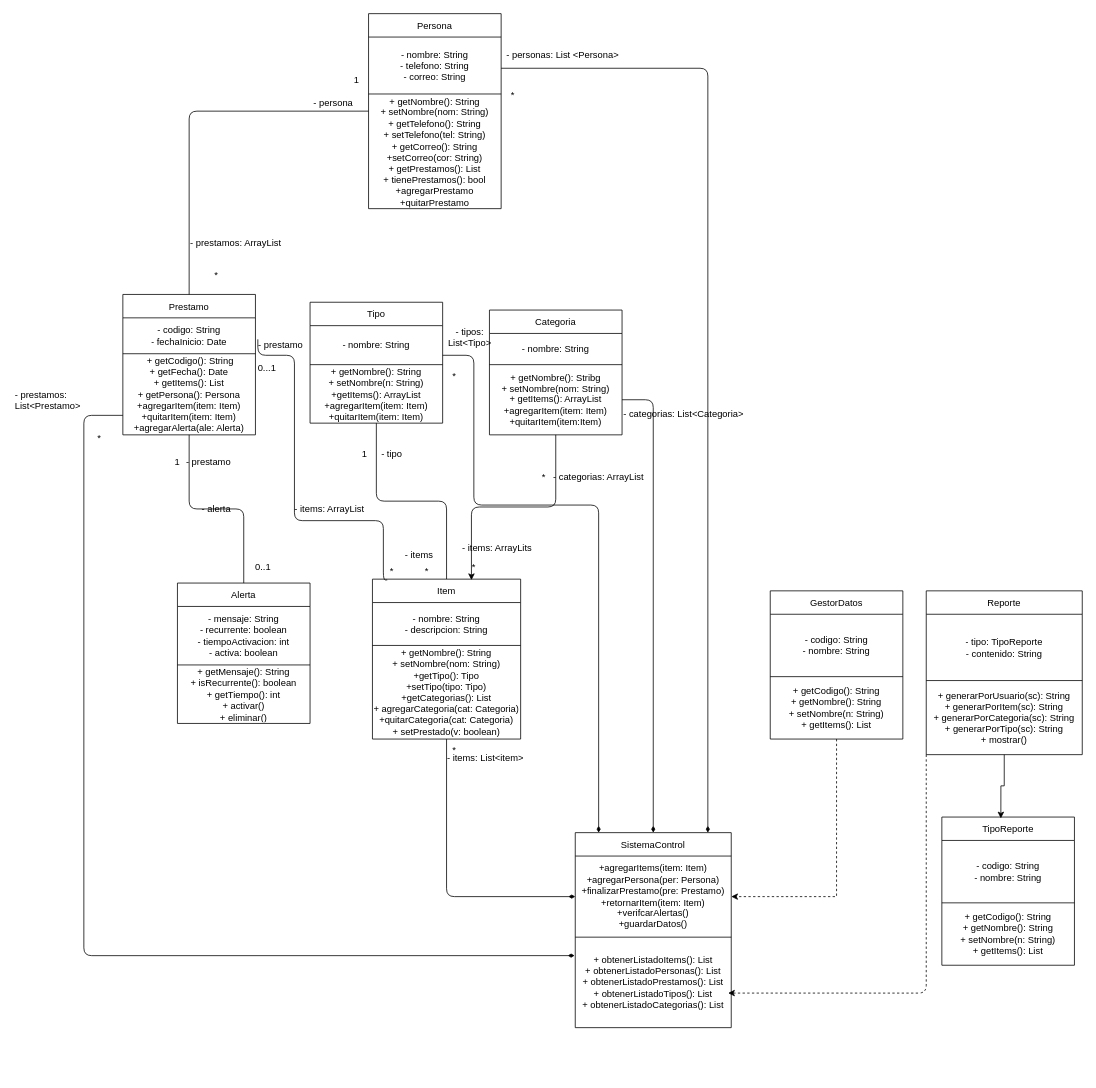
Pili2811/Control-de-Pr-stamos keeps this draw.io diagram as Diagrama Actualizado.drawio. Above is the earlier version. Source tidied: cells renumbered, new cells numbered last; positions are measured from the earlier drawing's top-left corner, leaving out a move shared by most shapes. Both pictures are drawn from the tidied source at 78%, with x=0, y=0 at pixel (13, 13).
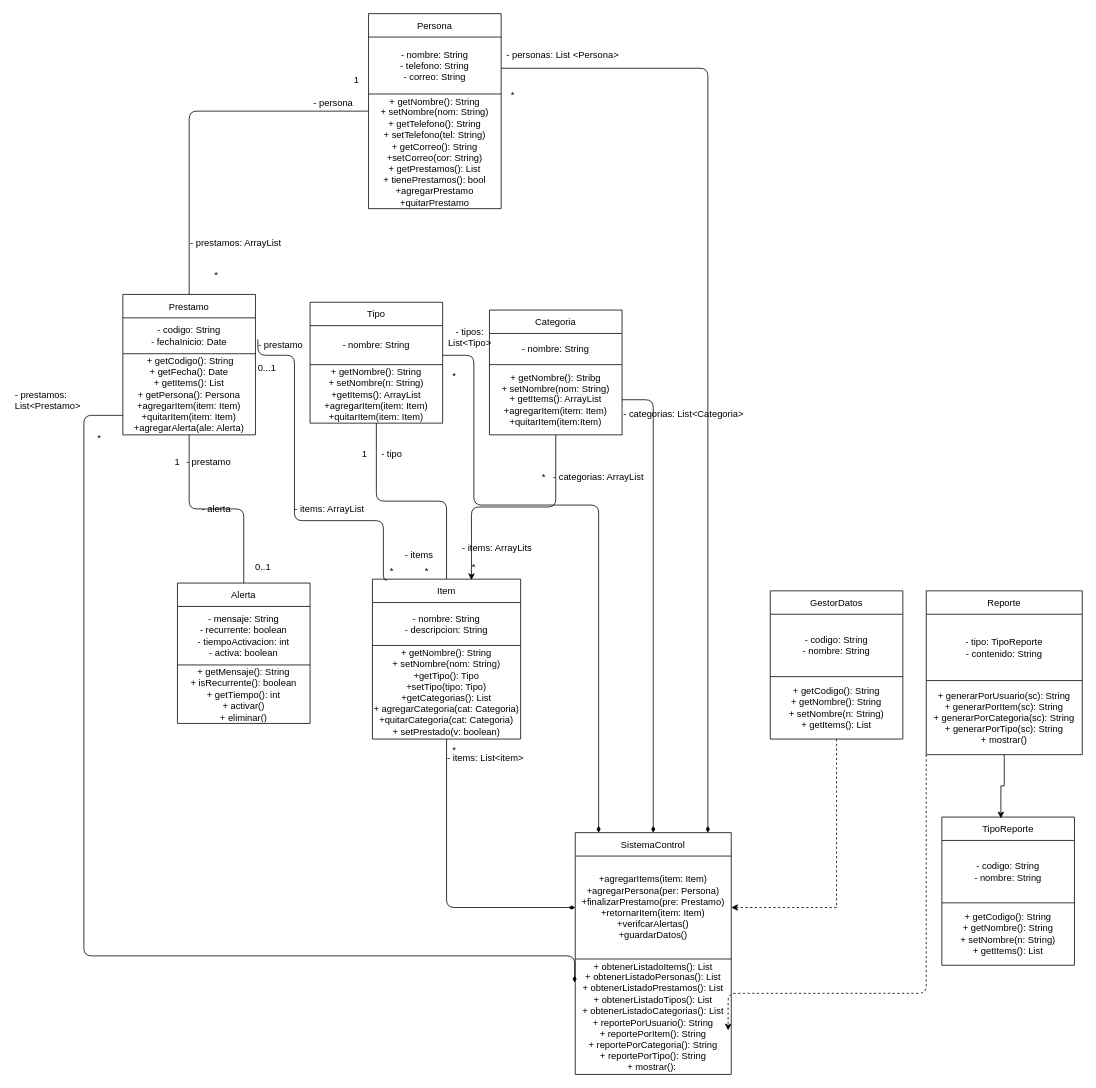
Above is the later version.

Commit message (it also covers changes not shown here):
Actualizar Diagrama Sistema de Prestamos.drawio

What changed in the source:
```diff
@@
     <mxCell id="37" value="SistemaControl" style="shape=table;startSize=30;childLayout=tableLayout;fixedHeader=1;" parent="1" vertex="1">
-      <mxGeometry x="720" y="1050" width="200" height="250" as="geometry" />
+      <mxGeometry x="720" y="1050" width="200" height="310" as="geometry" />
     </mxCell>
     <mxCell id="38" style="shape=tableRow;horizontal=0;startSize=0;swimlaneHead=0;swimlaneBody=0;strokeColor=inherit;top=0;left=0;bottom=0;right=0;fillColor=none;points=[[0,0.5],[1,0.5]];portConstraint=eastwest;fixedHeader=1;" parent="37" vertex="1">
-      <mxGeometry y="30" width="200" height="104" as="geometry" />
+      <mxGeometry y="30" width="200" height="132" as="geometry" />
     </mxCell>
     <mxCell id="39" value="&lt;div&gt;+agregarItems(item: Item)&lt;/div&gt;&lt;div&gt;+agregarPersona(per: Persona)&lt;/div&gt;&lt;div&gt;+finalizarPrestamo(pre: Prestamo)&lt;/div&gt;&lt;div&gt;+retornarItem(item: Item)&lt;/div&gt;&lt;div&gt;+verifcarAlertas()&lt;/div&gt;&lt;div&gt;+guardarDatos()&lt;/div&gt;" style="shape=partialRectangle;html=1;whiteSpace=wrap;strokeColor=inherit;overflow=hidden;fillColor=none;top=0;left=0;bottom=0;right=0;" parent="38" vertex="1">
-      <mxGeometry width="200" height="104" as="geometry" />
+      <mxGeometry width="200" height="132" as="geometry" />
     </mxCell>
     <mxCell id="40" style="shape=tableRow;horizontal=0;startSize=0;swimlaneHead=0;swimlaneBody=0;strokeColor=inherit;top=0;left=0;bottom=0;right=0;fillColor=none;points=[[0,0.5],[1,0.5]];portConstraint=eastwest;fixedHeader=1;" parent="37" vertex="1">
-      <mxGeometry y="134" width="200" height="116" as="geometry" />
+      <mxGeometry y="162" width="200" height="148" as="geometry" />
     </mxCell>
-    <mxCell id="41" value="&lt;div&gt;+ obtenerListadoItems(): List&lt;/div&gt;&lt;div&gt;+ obtenerListadoPersonas(): List&lt;/div&gt;&lt;div&gt;+ obtenerListadoPrestamos(): List&lt;/div&gt;&lt;div&gt;+ obtenerListadoTipos(): List&lt;/div&gt;&lt;div&gt;+ obtenerListadoCategorias(): List&lt;/div&gt;" style="shape=partialRectangle;html=1;whiteSpace=wrap;strokeColor=inherit;overflow=hidden;fillColor=none;top=0;left=0;bottom=0;right=0;" parent="40" vertex="1">
-      <mxGeometry width="200" height="116" as="geometry" />
+    <mxCell id="41" value="&lt;div&gt;+ obtenerListadoItems(): List&lt;/div&gt;&lt;div&gt;+ obtenerListadoPersonas(): List&lt;/div&gt;&lt;div&gt;+ obtenerListadoPrestamos(): List&lt;/div&gt;&lt;div&gt;+ obtenerListadoTipos(): List&lt;/div&gt;&lt;div&gt;+ obtenerListadoCategorias(): List&lt;/div&gt;&lt;div&gt;&lt;div&gt;+ reportePorUsuario(): String&lt;/div&gt;&lt;div&gt;+ reportePorItem(): String&lt;/div&gt;&lt;div&gt;+ reportePorCategoria(): String&lt;/div&gt;&lt;div&gt;+ reportePorTipo(): String&lt;/div&gt;&lt;div&gt;+ mostrar():&amp;nbsp;&lt;/div&gt;&lt;/div&gt;&lt;div&gt;&lt;/div&gt;" style="shape=partialRectangle;html=1;whiteSpace=wrap;strokeColor=inherit;overflow=hidden;fillColor=none;top=0;left=0;bottom=0;right=0;" parent="40" vertex="1">
+      <mxGeometry width="200" height="148" as="geometry" />
     </mxCell>
```
